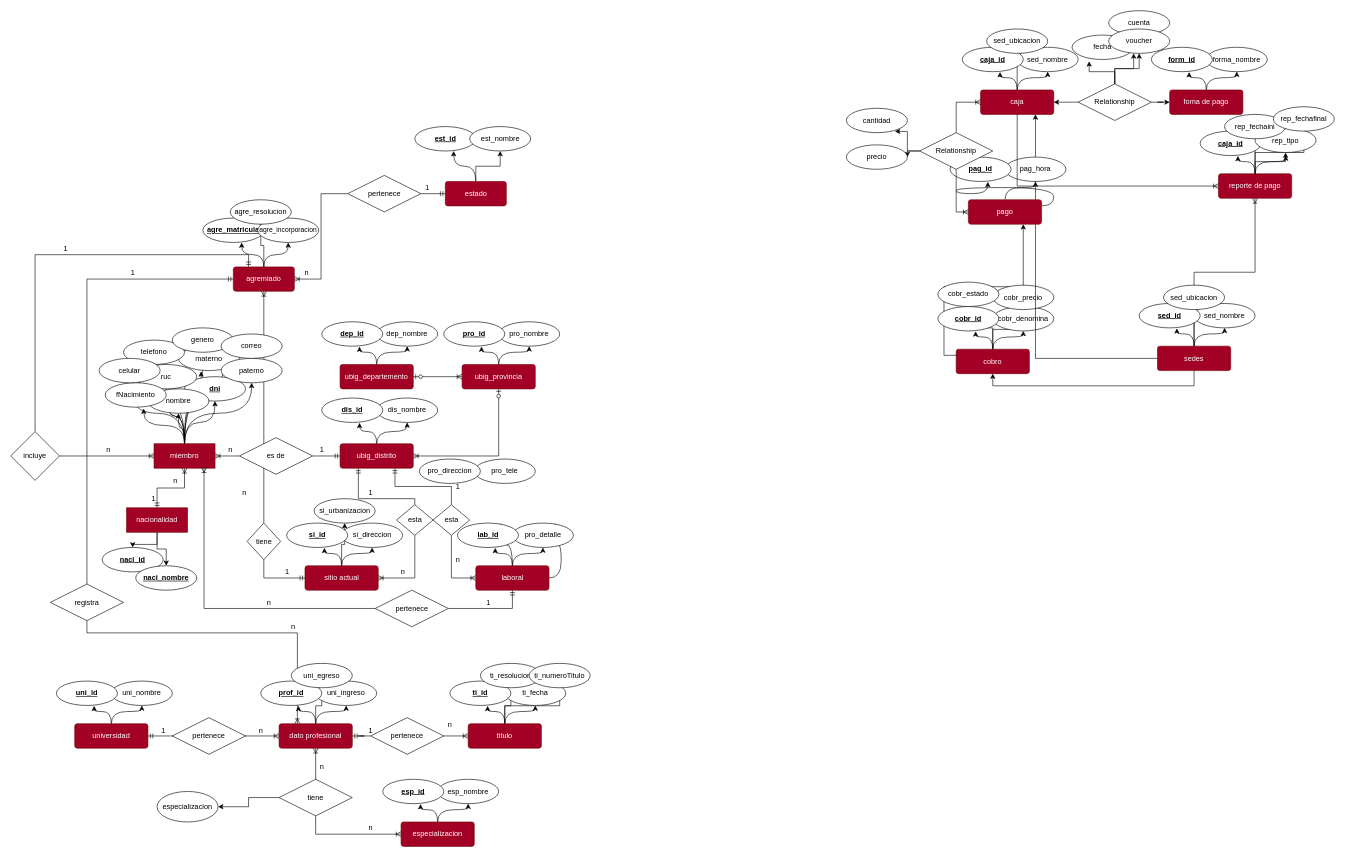
Above: examenbasededatos.drawio in armindnwyr/tda3 (draw.io), before the change. Source tidied: cells renumbered, new cells numbered last; positions are measured from the earlier drawing's top-left corner, leaving out a move shared by most shapes. Both pictures are drawn from the tidied source at 61%, with x=0, y=0 at pixel (10, 10).
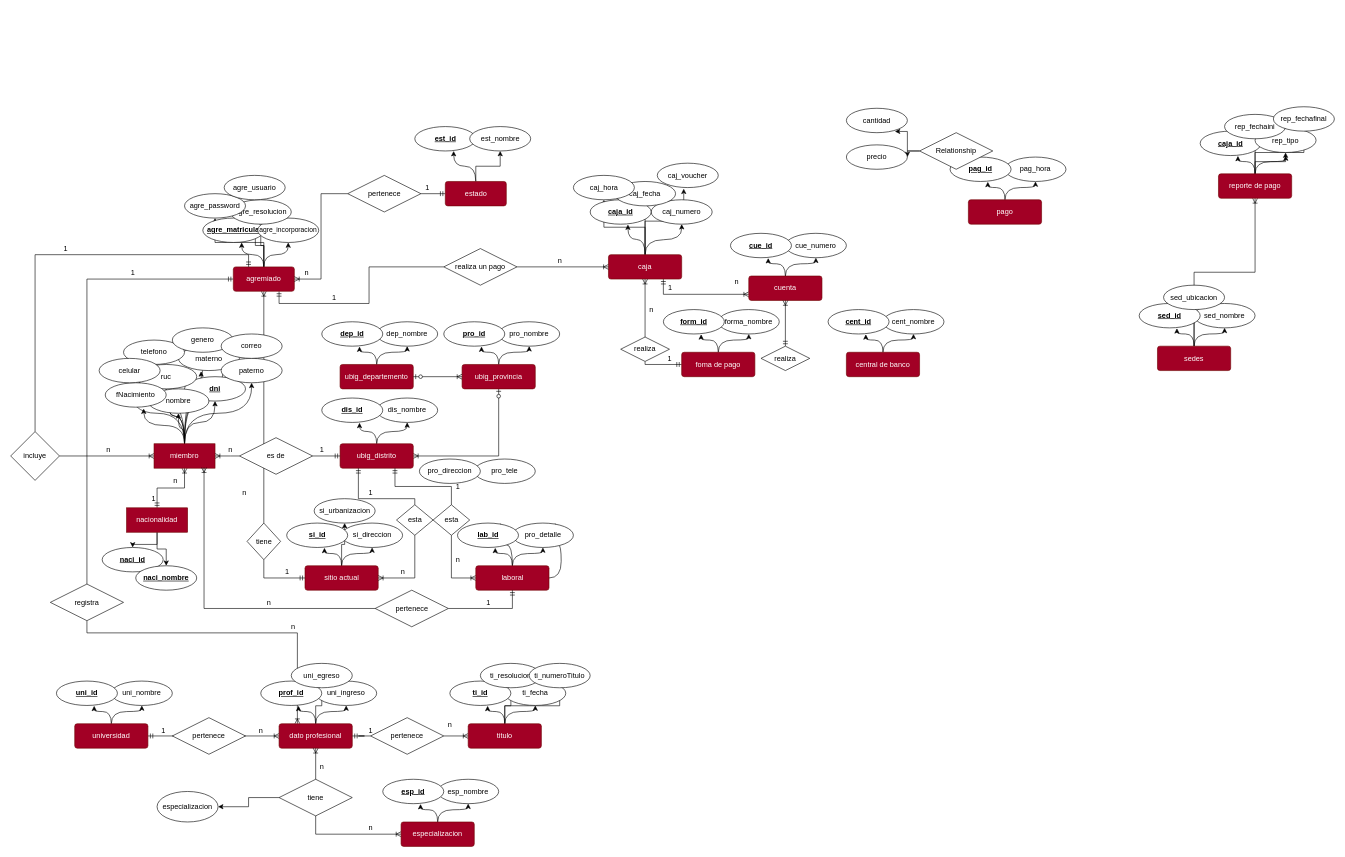
After the change.

The change refers to these unchanged cells:
```xml
<mxCell id="68" value="agremiado" style="rounded=1;arcSize=10;whiteSpace=wrap;html=1;align=center;fillColor=#a20025;strokeColor=#6F0000;fontColor=#ffffff;" parent="1" vertex="1">
  <mxGeometry x="365" y="420" width="100" height="40" as="geometry" />
</mxCell>
<mxCell id="71" value="&lt;font style=&quot;font-size: 12px&quot;&gt;agre_resolucion&lt;/font&gt;" style="ellipse;whiteSpace=wrap;html=1;align=center;" parent="1" vertex="1">
  <mxGeometry x="360" y="310" width="100" height="40" as="geometry" />
</mxCell>
<mxCell id="123" value="sedes" style="rounded=1;arcSize=10;whiteSpace=wrap;html=1;align=center;fillColor=#a20025;strokeColor=#6F0000;fontColor=#ffffff;" parent="1" vertex="1">
  <mxGeometry x="1880" y="550" width="120" height="40" as="geometry" />
</mxCell>
<mxCell id="129" value="pago" style="rounded=1;arcSize=10;whiteSpace=wrap;html=1;align=center;fillColor=#a20025;strokeColor=#6F0000;fontColor=#ffffff;" parent="1" vertex="1">
  <mxGeometry x="1570" y="310" width="120" height="40" as="geometry" />
</mxCell>
<mxCell id="130" value="pag_hora" style="ellipse;whiteSpace=wrap;html=1;align=center;" parent="1" vertex="1">
  <mxGeometry x="1630" y="240" width="100" height="40" as="geometry" />
</mxCell>
<mxCell id="131" value="&lt;b&gt;&lt;u&gt;pag_id&lt;/u&gt;&lt;/b&gt;" style="ellipse;whiteSpace=wrap;html=1;align=center;" parent="1" vertex="1">
  <mxGeometry x="1540" y="240" width="100" height="40" as="geometry" />
</mxCell>
<mxCell id="158" value="Relationship" style="shape=rhombus;perimeter=rhombusPerimeter;whiteSpace=wrap;html=1;align=center;" parent="1" vertex="1">
  <mxGeometry x="1490" y="200" width="120" height="60" as="geometry" />
</mxCell>
<mxCell id="166" value="reporte de pago" style="rounded=1;arcSize=10;whiteSpace=wrap;html=1;align=center;fillColor=#a20025;strokeColor=#6F0000;fontColor=#ffffff;" parent="1" vertex="1">
  <mxGeometry x="1980" y="267.5" width="120" height="40" as="geometry" />
</mxCell>
```

Diff of the diagram source:
```diff
@@
+    <mxCell id="223" style="edgeStyle=orthogonalEdgeStyle;rounded=0;jettySize=auto;html=1;startArrow=none;startFill=0;endArrow=classic;endFill=1;" parent="1" edge="1" source="68" target="230">
+      <mxGeometry relative="1" as="geometry" />
+    </mxCell>
+    <mxCell id="224" style="edgeStyle=orthogonalEdgeStyle;rounded=0;jettySize=auto;html=1;entryX=0.411;entryY=-0.028;entryDx=0;entryDy=0;entryPerimeter=0;startArrow=none;startFill=0;endArrow=classic;endFill=1;" parent="1" edge="1" source="68" target="71">
+      <mxGeometry relative="1" as="geometry" />
+    </mxCell>
+    <mxCell id="225" style="edgeStyle=orthogonalEdgeStyle;rounded=0;jettySize=auto;html=1;entryX=0;entryY=0.5;entryDx=0;entryDy=0;startArrow=ERmandOne;startFill=0;endArrow=none;endFill=0;exitX=0.75;exitY=1;exitDx=0;exitDy=0;" parent="1" edge="1" source="68" target="235">
+      <mxGeometry relative="1" as="geometry" />
+    </mxCell>
@@
-    <mxCell id="109" style="edgeStyle=orthogonalEdgeStyle;rounded=0;jettySize=auto;html=1;startArrow=none;startFill=0;endArrow=classic;endFill=1;" parent="1" edge="1" source="112" target="115">
-      <mxGeometry relative="1" as="geometry" />
-    </mxCell>
-    <mxCell id="110" style="edgeStyle=orthogonalEdgeStyle;rounded=0;jettySize=auto;html=1;startArrow=none;startFill=0;endArrow=classic;endFill=1;" parent="1" edge="1" source="112" target="116">
-      <mxGeometry relative="1" as="geometry" />
-    </mxCell>
-    <mxCell id="111" style="edgeStyle=orthogonalEdgeStyle;rounded=0;jettySize=auto;html=1;entryX=0.75;entryY=1;entryDx=0;entryDy=0;startArrow=none;startFill=0;endArrow=classic;endFill=1;exitX=0;exitY=0.25;exitDx=0;exitDy=0;" parent="1" edge="1" source="112" target="129">
-      <mxGeometry relative="1" as="geometry" />
-    </mxCell>
-    <mxCell id="112" value="cobro" style="rounded=1;arcSize=10;whiteSpace=wrap;html=1;align=center;fillColor=#a20025;strokeColor=#6F0000;fontColor=#ffffff;" parent="1" vertex="1">
-      <mxGeometry x="1550" y="555" width="120" height="40" as="geometry" />
+    <mxCell id="112" value="central de banco" style="rounded=1;arcSize=10;whiteSpace=wrap;html=1;align=center;fillColor=#a20025;strokeColor=#6F0000;fontColor=#ffffff;" parent="1" vertex="1">
+      <mxGeometry x="1370" y="560" width="120" height="40" as="geometry" />
     </mxCell>
-    <mxCell id="113" value="cobr_denomina" style="ellipse;whiteSpace=wrap;html=1;align=center;" parent="1" vertex="1">
-      <mxGeometry x="1610" y="485" width="100" height="40" as="geometry" />
+    <mxCell id="113" value="cent_nombre" style="ellipse;whiteSpace=wrap;html=1;align=center;" parent="1" vertex="1">
+      <mxGeometry x="1430" y="490" width="100" height="40" as="geometry" />
     </mxCell>
-    <mxCell id="114" value="&lt;b&gt;&lt;u&gt;cobr_id&lt;/u&gt;&lt;/b&gt;" style="ellipse;whiteSpace=wrap;html=1;align=center;" parent="1" vertex="1">
-      <mxGeometry x="1520" y="485" width="100" height="40" as="geometry" />
+    <mxCell id="114" value="&lt;b&gt;&lt;u&gt;cent_id&lt;/u&gt;&lt;/b&gt;" style="ellipse;whiteSpace=wrap;html=1;align=center;" parent="1" vertex="1">
+      <mxGeometry x="1340" y="490" width="100" height="40" as="geometry" />
     </mxCell>
-    <mxCell id="115" value="cobr_precio" style="ellipse;whiteSpace=wrap;html=1;align=center;" parent="1" vertex="1">
-      <mxGeometry x="1610" y="450" width="100" height="40" as="geometry" />
-    </mxCell>
-    <mxCell id="116" value="cobr_estado" style="ellipse;whiteSpace=wrap;html=1;align=center;" parent="1" vertex="1">
-      <mxGeometry x="1520" y="445" width="100" height="40" as="geometry" />
-    </mxCell>
@@
-    <mxCell id="120" style="edgeStyle=orthogonalEdgeStyle;rounded=0;jettySize=auto;html=1;entryX=0.75;entryY=1;entryDx=0;entryDy=0;startArrow=none;startFill=0;endArrow=classic;endFill=1;" parent="1" edge="1" source="123" target="135">
-      <mxGeometry relative="1" as="geometry" />
-    </mxCell>
@@
-    <mxCell id="122" style="edgeStyle=orthogonalEdgeStyle;rounded=0;jettySize=auto;html=1;entryX=0.5;entryY=1;entryDx=0;entryDy=0;startArrow=none;startFill=0;endArrow=classic;endFill=1;exitX=0.5;exitY=1;exitDx=0;exitDy=0;" parent="1" edge="1" source="123" target="112">
-      <mxGeometry relative="1" as="geometry" />
-    </mxCell>
@@
-    <mxCell id="127" style="edgeStyle=orthogonalEdgeStyle;curved=1;rounded=0;jettySize=auto;html=1;" parent="1" edge="1" source="129" target="130">
+    <mxCell id="127" style="edgeStyle=orthogonalEdgeStyle;curved=1;rounded=0;jettySize=auto;html=1;entryX=0.5;entryY=1;entryDx=0;entryDy=0;" parent="1" edge="1" source="129" target="130">
       <mxGeometry relative="1" as="geometry" />
     </mxCell>
-    <mxCell id="128" style="edgeStyle=orthogonalEdgeStyle;curved=1;rounded=0;jettySize=auto;html=1;entryX=0.619;entryY=1.016;entryDx=0;entryDy=0;entryPerimeter=0;exitX=1;exitY=0.25;exitDx=0;exitDy=0;" parent="1" edge="1" source="129" target="131">
+    <mxCell id="128" style="edgeStyle=orthogonalEdgeStyle;curved=1;rounded=0;jettySize=auto;html=1;entryX=0.619;entryY=1.016;entryDx=0;entryDy=0;entryPerimeter=0;exitX=0.5;exitY=0;exitDx=0;exitDy=0;" parent="1" edge="1" source="129" target="131">
       <mxGeometry relative="1" as="geometry" />
     </mxCell>
@@
-    <mxCell id="132" style="edgeStyle=orthogonalEdgeStyle;curved=1;rounded=0;jettySize=auto;html=1;" parent="1" edge="1" source="135" target="136">
-      <mxGeometry relative="1" as="geometry" />
+    <mxCell id="132" style="edgeStyle=orthogonalEdgeStyle;curved=1;rounded=0;jettySize=auto;html=1;" parent="1" edge="1" source="135">
+      <mxGeometry relative="1" as="geometry">
+        <mxPoint x="1100" y="350" as="targetPoint" />
+      </mxGeometry>
     </mxCell>
@@
+    <mxCell id="226" style="edgeStyle=orthogonalEdgeStyle;rounded=0;jettySize=auto;html=1;entryX=0.434;entryY=1.046;entryDx=0;entryDy=0;entryPerimeter=0;startArrow=none;startFill=0;endArrow=classic;endFill=1;" parent="1" edge="1" source="135" target="233">
+      <mxGeometry relative="1" as="geometry" />
+    </mxCell>
+    <mxCell id="227" style="edgeStyle=orthogonalEdgeStyle;rounded=0;jettySize=auto;html=1;startArrow=none;startFill=0;endArrow=classic;endFill=1;" parent="1" edge="1" source="135" target="232">
+      <mxGeometry relative="1" as="geometry" />
+    </mxCell>
+    <mxCell id="228" style="edgeStyle=orthogonalEdgeStyle;rounded=0;jettySize=auto;html=1;entryX=0;entryY=0.5;entryDx=0;entryDy=0;startArrow=none;startFill=0;endArrow=ERmandOne;endFill=0;exitX=0.5;exitY=1;exitDx=0;exitDy=0;" parent="1" edge="1" source="238" target="141">
+      <mxGeometry relative="1" as="geometry">
+        <Array as="points">
+          <mxPoint x="1040" y="580" />
+        </Array>
+      </mxGeometry>
+    </mxCell>
+    <mxCell id="229" style="edgeStyle=orthogonalEdgeStyle;rounded=0;jettySize=auto;html=1;exitX=0.75;exitY=1;exitDx=0;exitDy=0;entryX=0;entryY=0.75;entryDx=0;entryDy=0;startArrow=ERmandOne;startFill=0;endArrow=ERoneToMany;endFill=0;" parent="1" edge="1" source="135" target="150">
+      <mxGeometry relative="1" as="geometry" />
+    </mxCell>
     <mxCell id="135" value="caja" style="rounded=1;arcSize=10;whiteSpace=wrap;html=1;align=center;fillColor=#a20025;strokeColor=#6F0000;fontColor=#ffffff;" parent="1" vertex="1">
-      <mxGeometry x="1590" y="130" width="120" height="40" as="geometry" />
+      <mxGeometry x="980" y="400" width="120" height="40" as="geometry" />
     </mxCell>
-    <mxCell id="136" value="sed_nombre" style="ellipse;whiteSpace=wrap;html=1;align=center;" parent="1" vertex="1">
-      <mxGeometry x="1650" y="60" width="100" height="40" as="geometry" />
+    <mxCell id="136" value="caj_numero" style="ellipse;whiteSpace=wrap;html=1;align=center;" parent="1" vertex="1">
+      <mxGeometry x="1050" y="310" width="100" height="40" as="geometry" />
     </mxCell>
     <mxCell id="137" value="&lt;b&gt;&lt;u&gt;caja_id&lt;/u&gt;&lt;/b&gt;" style="ellipse;whiteSpace=wrap;html=1;align=center;" parent="1" vertex="1">
-      <mxGeometry x="1560" y="60" width="100" height="40" as="geometry" />
+      <mxGeometry x="950" y="310" width="100" height="40" as="geometry" />
     </mxCell>
-    <mxCell id="138" value="sed_ubicacion" style="ellipse;whiteSpace=wrap;html=1;align=center;" parent="1" vertex="1">
-      <mxGeometry x="1600" y="30" width="100" height="40" as="geometry" />
+    <mxCell id="138" value="caj_fecha" style="ellipse;whiteSpace=wrap;html=1;align=center;" parent="1" vertex="1">
+      <mxGeometry x="990" y="280" width="100" height="40" as="geometry" />
     </mxCell>
@@
     <mxCell id="141" value="foma de pago" style="rounded=1;arcSize=10;whiteSpace=wrap;html=1;align=center;fillColor=#a20025;strokeColor=#6F0000;fontColor=#ffffff;" parent="1" vertex="1">
-      <mxGeometry x="1900" y="130" width="120" height="40" as="geometry" />
+      <mxGeometry x="1100" y="560" width="120" height="40" as="geometry" />
     </mxCell>
     <mxCell id="142" value="forma_nombre" style="ellipse;whiteSpace=wrap;html=1;align=center;" parent="1" vertex="1">
-      <mxGeometry x="1960" y="60" width="100" height="40" as="geometry" />
+      <mxGeometry x="1160" y="490" width="100" height="40" as="geometry" />
     </mxCell>
     <mxCell id="143" value="&lt;b&gt;&lt;u&gt;form_id&lt;/u&gt;&lt;/b&gt;" style="ellipse;whiteSpace=wrap;html=1;align=center;" parent="1" vertex="1">
-      <mxGeometry x="1870" y="60" width="100" height="40" as="geometry" />
+      <mxGeometry x="1070" y="490" width="100" height="40" as="geometry" />
     </mxCell>
-    <mxCell id="144" style="edgeStyle=orthogonalEdgeStyle;rounded=0;jettySize=auto;html=1;entryX=0;entryY=0.5;entryDx=0;entryDy=0;startArrow=none;startFill=0;endArrow=classic;endFill=1;" parent="1" edge="1" source="149" target="141">
-      <mxGeometry relative="1" as="geometry" />
-    </mxCell>
-    <mxCell id="145" style="edgeStyle=orthogonalEdgeStyle;rounded=0;jettySize=auto;html=1;entryX=1;entryY=0.5;entryDx=0;entryDy=0;startArrow=none;startFill=0;endArrow=classic;endFill=1;" parent="1" edge="1" source="149" target="135">
-      <mxGeometry relative="1" as="geometry" />
-    </mxCell>
-    <mxCell id="146" style="edgeStyle=orthogonalEdgeStyle;rounded=0;jettySize=auto;html=1;entryX=0.28;entryY=1.075;entryDx=0;entryDy=0;entryPerimeter=0;startArrow=none;startFill=0;endArrow=classic;endFill=1;" parent="1" edge="1" source="149" target="151">
-      <mxGeometry relative="1" as="geometry" />
-    </mxCell>
-    <mxCell id="147" style="edgeStyle=orthogonalEdgeStyle;rounded=0;jettySize=auto;html=1;startArrow=none;startFill=0;endArrow=classic;endFill=1;" parent="1" edge="1" source="152" target="150">
-      <mxGeometry relative="1" as="geometry" />
-    </mxCell>
-    <mxCell id="148" style="edgeStyle=orthogonalEdgeStyle;rounded=0;jettySize=auto;html=1;entryX=0.41;entryY=1;entryDx=0;entryDy=0;entryPerimeter=0;startArrow=none;startFill=0;endArrow=classic;endFill=1;" parent="1" edge="1" source="149" target="152">
-      <mxGeometry relative="1" as="geometry" />
-    </mxCell>
-    <mxCell id="149" value="Relationship" style="shape=rhombus;perimeter=rhombusPerimeter;whiteSpace=wrap;html=1;align=center;" parent="1" vertex="1">
-      <mxGeometry x="1750" y="120" width="120" height="60" as="geometry" />
-    </mxCell>
-    <mxCell id="150" value="cuenta" style="ellipse;whiteSpace=wrap;html=1;align=center;" parent="1" vertex="1">
-      <mxGeometry x="1800" width="100" height="40" as="geometry" />
-    </mxCell>
-    <mxCell id="151" value="fecha" style="ellipse;whiteSpace=wrap;html=1;align=center;" parent="1" vertex="1">
-      <mxGeometry x="1740" y="40" width="100" height="40" as="geometry" />
-    </mxCell>
-    <mxCell id="152" value="voucher" style="ellipse;whiteSpace=wrap;html=1;align=center;" parent="1" vertex="1">
-      <mxGeometry x="1800" y="30" width="100" height="40" as="geometry" />
-    </mxCell>
-    <mxCell id="153" style="edgeStyle=orthogonalEdgeStyle;rounded=0;jettySize=auto;html=1;startArrow=none;startFill=0;endArrow=classic;endFill=1;" parent="1" edge="1" source="149" target="152">
-      <mxGeometry relative="1" as="geometry" />
-    </mxCell>
-    <mxCell id="154" style="edgeStyle=orthogonalEdgeStyle;rounded=0;jettySize=auto;html=1;exitX=0.5;exitY=1;exitDx=0;exitDy=0;entryX=0;entryY=0.5;entryDx=0;entryDy=0;startArrow=none;startFill=0;endArrow=ERoneToMany;endFill=0;" parent="1" edge="1" source="158" target="129">
-      <mxGeometry relative="1" as="geometry" />
-    </mxCell>
-    <mxCell id="155" style="edgeStyle=orthogonalEdgeStyle;rounded=0;jettySize=auto;html=1;entryX=0;entryY=0.5;entryDx=0;entryDy=0;startArrow=none;startFill=0;endArrow=ERoneToMany;endFill=0;" parent="1" edge="1" source="158" target="135">
-      <mxGeometry relative="1" as="geometry" />
-    </mxCell>
@@
-    <mxCell id="169" style="edgeStyle=orthogonalEdgeStyle;rounded=0;jettySize=auto;html=1;entryX=0;entryY=0.5;entryDx=0;entryDy=0;startArrow=none;startFill=0;endArrow=ERoneToMany;endFill=0;exitX=0.5;exitY=1;exitDx=0;exitDy=0;" parent="1" edge="1" source="135" target="166">
-      <mxGeometry relative="1" as="geometry" />
-    </mxCell>
@@
+    <mxCell id="230" value="&lt;font style=&quot;font-size: 12px&quot;&gt;agre_password&lt;/font&gt;" style="ellipse;whiteSpace=wrap;html=1;align=center;" parent="1" vertex="1">
+      <mxGeometry x="285" y="300" width="100" height="40" as="geometry" />
+    </mxCell>
+    <mxCell id="231" value="&lt;font style=&quot;font-size: 12px&quot;&gt;agre_usuario&lt;/font&gt;" style="ellipse;whiteSpace=wrap;html=1;align=center;" parent="1" vertex="1">
+      <mxGeometry x="350" y="270" width="100" height="40" as="geometry" />
+    </mxCell>
+    <mxCell id="232" value="caj_hora" style="ellipse;whiteSpace=wrap;html=1;align=center;" parent="1" vertex="1">
+      <mxGeometry x="922.5" y="270" width="100" height="40" as="geometry" />
+    </mxCell>
+    <mxCell id="233" value="caj_voucher" style="ellipse;whiteSpace=wrap;html=1;align=center;" parent="1" vertex="1">
+      <mxGeometry x="1060" y="250" width="100" height="40" as="geometry" />
+    </mxCell>
+    <mxCell id="234" style="edgeStyle=orthogonalEdgeStyle;rounded=0;jettySize=auto;html=1;startArrow=none;startFill=0;endArrow=ERoneToMany;endFill=0;" parent="1" edge="1" source="235" target="135">
+      <mxGeometry relative="1" as="geometry" />
+    </mxCell>
+    <mxCell id="235" value="realiza un pago" style="shape=rhombus;perimeter=rhombusPerimeter;whiteSpace=wrap;html=1;align=center;" parent="1" vertex="1">
+      <mxGeometry x="710" y="390" width="120" height="60" as="geometry" />
+    </mxCell>
+    <mxCell id="236" value="1" style="text;html=1;align=center;verticalAlign=middle;" parent="1" vertex="1">
+      <mxGeometry x="520" y="460" width="20" height="20" as="geometry" />
+    </mxCell>
+    <mxCell id="237" value="n" style="text;html=1;align=center;verticalAlign=middle;" parent="1" vertex="1">
+      <mxGeometry x="890" y="400" width="20" height="20" as="geometry" />
+    </mxCell>
+    <mxCell id="238" value="realiza" style="shape=rhombus;perimeter=rhombusPerimeter;whiteSpace=wrap;html=1;align=center;" parent="1" vertex="1">
+      <mxGeometry x="1000" y="535" width="80" height="40" as="geometry" />
+    </mxCell>
+    <mxCell id="239" style="edgeStyle=orthogonalEdgeStyle;rounded=0;jettySize=auto;html=1;entryX=0.5;entryY=0;entryDx=0;entryDy=0;startArrow=ERoneToMany;startFill=0;endArrow=none;endFill=0;" parent="1" edge="1" source="135" target="238">
+      <mxGeometry relative="1" as="geometry" />
+    </mxCell>
+    <mxCell id="240" value="n" style="text;html=1;align=center;verticalAlign=middle;" parent="1" vertex="1">
+      <mxGeometry x="1040" y="480" width="20" height="20" as="geometry" />
+    </mxCell>
+    <mxCell id="241" value="1" style="text;html=1;align=center;verticalAlign=middle;" parent="1" vertex="1">
+      <mxGeometry x="1070" y="560" width="20" height="20" as="geometry" />
+    </mxCell>
+    <mxCell id="242" style="edgeStyle=orthogonalEdgeStyle;curved=1;rounded=0;jettySize=auto;html=1;" parent="1" edge="1" source="150" target="244">
+      <mxGeometry relative="1" as="geometry" />
+    </mxCell>
+    <mxCell id="243" style="edgeStyle=orthogonalEdgeStyle;curved=1;rounded=0;jettySize=auto;html=1;entryX=0.619;entryY=1.016;entryDx=0;entryDy=0;entryPerimeter=0;" parent="1" edge="1" source="150" target="245">
+      <mxGeometry relative="1" as="geometry" />
+    </mxCell>
+    <mxCell id="150" value="cuenta" style="rounded=1;arcSize=10;whiteSpace=wrap;html=1;align=center;fillColor=#a20025;strokeColor=#6F0000;fontColor=#ffffff;" parent="1" vertex="1">
+      <mxGeometry x="1210" y="435" width="120" height="40" as="geometry" />
+    </mxCell>
+    <mxCell id="244" value="cue_numero" style="ellipse;whiteSpace=wrap;html=1;align=center;" parent="1" vertex="1">
+      <mxGeometry x="1270" y="365" width="100" height="40" as="geometry" />
+    </mxCell>
+    <mxCell id="245" value="&lt;b&gt;&lt;u&gt;cue_id&lt;/u&gt;&lt;/b&gt;" style="ellipse;whiteSpace=wrap;html=1;align=center;" parent="1" vertex="1">
+      <mxGeometry x="1180" y="365" width="100" height="40" as="geometry" />
+    </mxCell>
+    <mxCell id="246" value="n" style="text;html=1;align=center;verticalAlign=middle;" parent="1" vertex="1">
+      <mxGeometry x="1180" y="435" width="20" height="20" as="geometry" />
+    </mxCell>
+    <mxCell id="247" value="1" style="text;html=1;align=center;verticalAlign=middle;" parent="1" vertex="1">
+      <mxGeometry x="1071" y="445" width="20" height="20" as="geometry" />
+    </mxCell>
+    <mxCell id="248" style="edgeStyle=orthogonalEdgeStyle;rounded=0;jettySize=auto;html=1;entryX=0.5;entryY=1;entryDx=0;entryDy=0;startArrow=ERmandOne;startFill=0;endArrow=ERoneToMany;endFill=0;" parent="1" edge="1" source="249" target="150">
+      <mxGeometry relative="1" as="geometry" />
+    </mxCell>
+    <mxCell id="249" value="realiza" style="shape=rhombus;perimeter=rhombusPerimeter;whiteSpace=wrap;html=1;align=center;" parent="1" vertex="1">
+      <mxGeometry x="1230" y="550" width="80" height="40" as="geometry" />
+    </mxCell>
```
